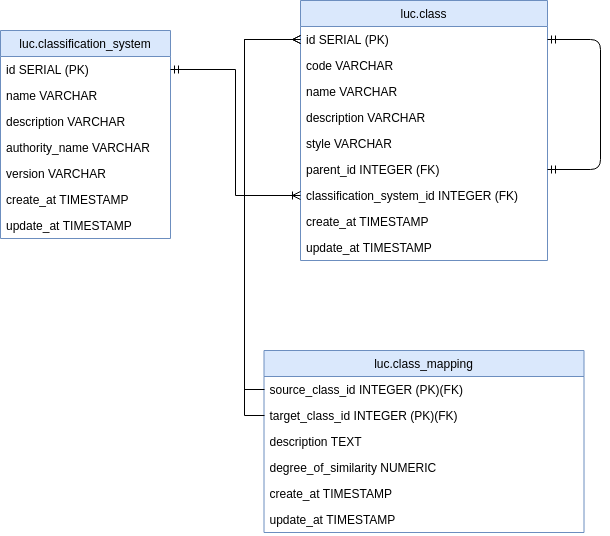
brazil-data-cube/lccs-db keeps this draw.io diagram as doc/spec/lccs_database.png. Above is the earlier version. Source tidied: cells renumbered, new cells last; positions are measured from the earlier drawing's top-left corner, leaving out a move shared by most shapes.
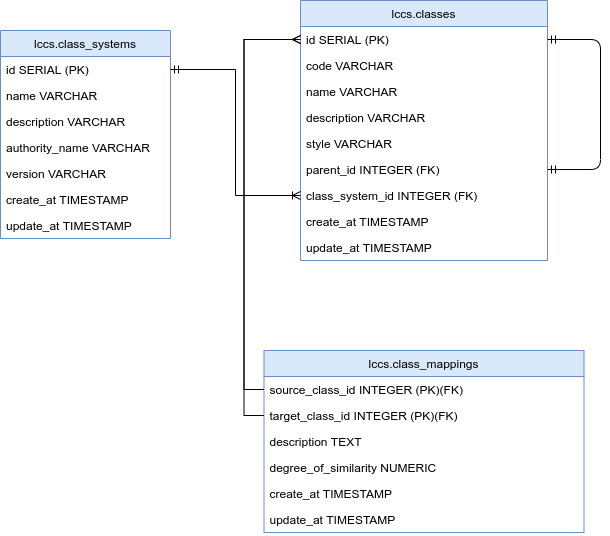
After the change.

Change to the diagram source:
```diff
@@ -2,7 +2,7 @@
   <root>
     <mxCell id="0" />
     <mxCell id="1" parent="0" />
-    <mxCell id="2" value="luc.classification_system" style="swimlane;fontStyle=0;horizontal=1;startSize=26;fillColor=#dae8fc;labelBackgroundColor=none;strokeColor=#6c8ebf;" parent="1" vertex="1">
+    <mxCell id="2" value="lccs.class_systems" style="swimlane;fontStyle=0;horizontal=1;startSize=26;fillColor=#dae8fc;labelBackgroundColor=none;strokeColor=#6c8ebf;" parent="1" vertex="1">
       <mxGeometry y="30" width="170" height="208" as="geometry" />
     </mxCell>
     <mxCell id="3" value="id SERIAL (PK)" style="text;strokeColor=none;fillColor=none;align=left;verticalAlign=top;spacingLeft=4;spacingRight=4;overflow=hidden;points=[[0,0.5],[1,0.5]];portConstraint=eastwest;" parent="2" vertex="1">
@@ -26,7 +26,7 @@
     <mxCell id="9" value="update_at TIMESTAMP&#10;" style="text;strokeColor=none;fillColor=none;align=left;verticalAlign=top;spacingLeft=4;spacingRight=4;overflow=hidden;" parent="2" vertex="1">
       <mxGeometry y="182" width="170" height="26" as="geometry" />
     </mxCell>
-    <mxCell id="10" value="luc.class" style="swimlane;fontStyle=0;horizontal=1;startSize=26;fillColor=#dae8fc;labelBackgroundColor=none;strokeColor=#6c8ebf;" parent="1" vertex="1">
+    <mxCell id="10" value="lccs.classes" style="swimlane;fontStyle=0;horizontal=1;startSize=26;fillColor=#dae8fc;labelBackgroundColor=none;strokeColor=#6c8ebf;" parent="1" vertex="1">
       <mxGeometry x="300" width="247" height="260" as="geometry" />
     </mxCell>
     <mxCell id="11" value="id SERIAL (PK)" style="text;strokeColor=none;fillColor=none;align=left;verticalAlign=top;spacingLeft=4;spacingRight=4;overflow=hidden;points=[[0,0.5],[1,0.5]];portConstraint=eastwest;" parent="10" vertex="1">
@@ -47,7 +47,7 @@
     <mxCell id="16" value="parent_id INTEGER (FK)&#10;" style="text;strokeColor=none;fillColor=none;align=left;verticalAlign=top;spacingLeft=4;spacingRight=4;overflow=hidden;points=[[0,0.5],[1,0.5]];portConstraint=eastwest;" parent="10" vertex="1">
       <mxGeometry y="156" width="247" height="26" as="geometry" />
     </mxCell>
-    <mxCell id="17" value="classification_system_id INTEGER (FK)&#10;" style="text;strokeColor=none;fillColor=none;align=left;verticalAlign=top;spacingLeft=4;spacingRight=4;overflow=hidden;points=[[0,0.5],[1,0.5]];portConstraint=eastwest;" parent="10" vertex="1">
+    <mxCell id="17" value="class_system_id INTEGER (FK)&#10;" style="text;strokeColor=none;fillColor=none;align=left;verticalAlign=top;spacingLeft=4;spacingRight=4;overflow=hidden;points=[[0,0.5],[1,0.5]];portConstraint=eastwest;" parent="10" vertex="1">
       <mxGeometry y="182" width="247" height="26" as="geometry" />
     </mxCell>
     <mxCell id="18" style="edgeStyle=orthogonalEdgeStyle;fontSize=12;html=1;endArrow=ERmandOne;startArrow=ERmandOne;entryX=1;entryY=0.5;entryDx=0;entryDy=0;exitX=1;exitY=0.5;exitDx=0;exitDy=0;" parent="10" edge="1" source="11" target="16">
@@ -64,7 +64,7 @@
     <mxCell id="20" value="update_at TIMESTAMP&#10;" style="text;strokeColor=none;fillColor=none;align=left;verticalAlign=top;spacingLeft=4;spacingRight=4;overflow=hidden;" parent="10" vertex="1">
       <mxGeometry y="234" width="247" height="26" as="geometry" />
     </mxCell>
-    <mxCell id="21" value="luc.class_mapping" style="swimlane;fontStyle=0;horizontal=1;startSize=26;fillColor=#dae8fc;labelBackgroundColor=none;strokeColor=#6c8ebf;" parent="1" vertex="1">
+    <mxCell id="21" value="lccs.class_mappings" style="swimlane;fontStyle=0;horizontal=1;startSize=26;fillColor=#dae8fc;labelBackgroundColor=none;strokeColor=#6c8ebf;" parent="1" vertex="1">
       <mxGeometry x="263.5" y="350" width="320" height="182" as="geometry" />
     </mxCell>
     <mxCell id="22" value="source_class_id INTEGER (PK)(FK)" style="text;strokeColor=none;fillColor=none;align=left;verticalAlign=top;spacingLeft=4;spacingRight=4;overflow=hidden;points=[[0,0.5],[1,0.5]];portConstraint=eastwest;" parent="21" vertex="1">
```
